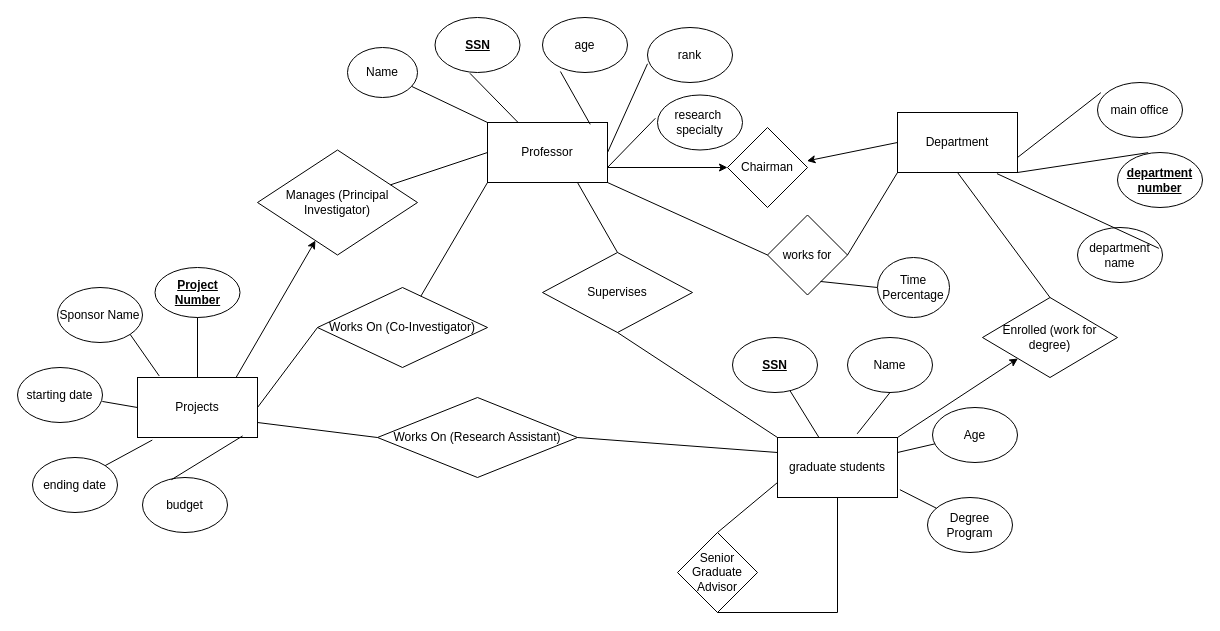
Earlier version of the draw.io diagram Homework 1 Problem 1.drawio (kenrickeagar/336). Source tidied: cells renumbered, new cells numbered last; positions are measured from the earlier drawing's top-left corner, leaving out a move shared by most shapes. Both pictures are drawn from the tidied source at 100%, with x=0, y=0 at pixel (17, 17).
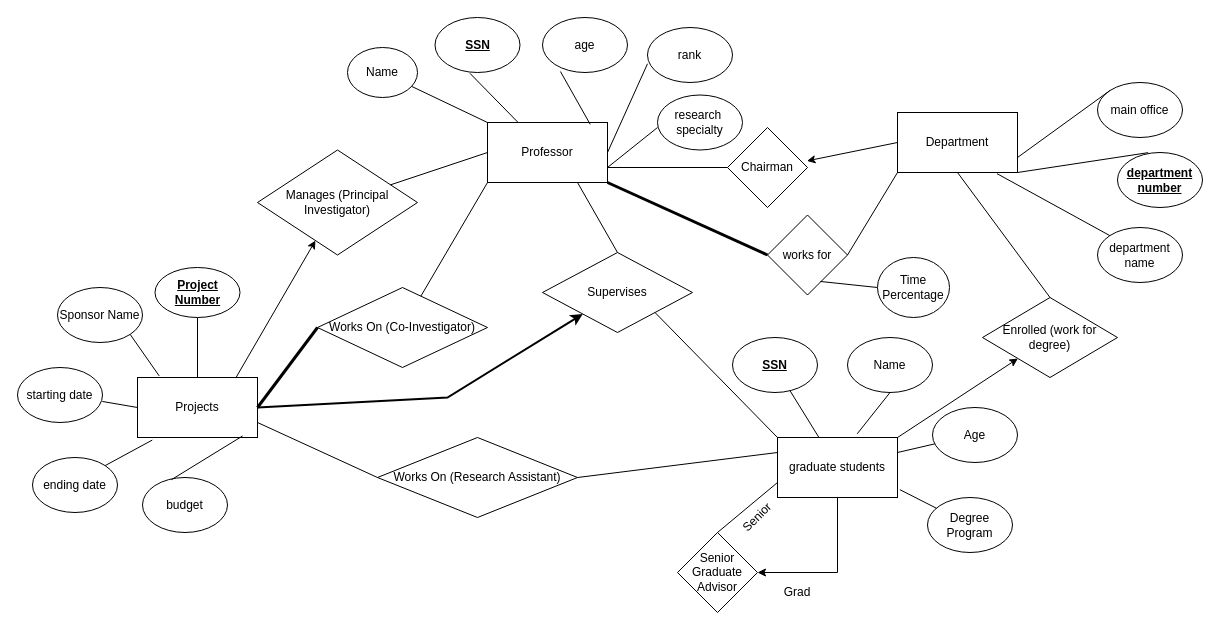
Above is the later version.

Unchanged cells that the change refers to:
```xml
<mxCell id="2" value="Professor" style="rounded=0;whiteSpace=wrap;html=1;" parent="1" vertex="1">
  <mxGeometry x="470" y="105" width="120" height="60" as="geometry" />
</mxCell>
<mxCell id="7" value="research&amp;nbsp;&lt;br&gt;specialty" style="ellipse;whiteSpace=wrap;html=1;" parent="1" vertex="1">
  <mxGeometry x="640" y="77.5" width="85" height="55" as="geometry" />
</mxCell>
<mxCell id="8" value="Projects" style="rounded=0;whiteSpace=wrap;html=1;" parent="1" vertex="1">
  <mxGeometry x="120" y="360" width="120" height="60" as="geometry" />
</mxCell>
<mxCell id="14" value="graduate students" style="rounded=0;whiteSpace=wrap;html=1;" parent="1" vertex="1">
  <mxGeometry x="760" y="420" width="120" height="60" as="geometry" />
</mxCell>
<mxCell id="19" value="Department" style="rounded=0;whiteSpace=wrap;html=1;" parent="1" vertex="1">
  <mxGeometry x="880" y="95" width="120" height="60" as="geometry" />
</mxCell>
<mxCell id="22" value="main office" style="ellipse;whiteSpace=wrap;html=1;" parent="1" vertex="1">
  <mxGeometry x="1080" y="65" width="85" height="55" as="geometry" />
</mxCell>
<mxCell id="43" value="Works On (Co-Investigator)" style="rhombus;whiteSpace=wrap;html=1;" parent="1" vertex="1">
  <mxGeometry x="300" y="270" width="170" height="80" as="geometry" />
</mxCell>
<mxCell id="49" value="Supervises" style="rhombus;whiteSpace=wrap;html=1;" parent="1" vertex="1">
  <mxGeometry x="525" y="235" width="150" height="80" as="geometry" />
</mxCell>
<mxCell id="52" value="works for" style="rhombus;whiteSpace=wrap;html=1;" parent="1" vertex="1">
  <mxGeometry x="750" y="197.5" width="80" height="80" as="geometry" />
</mxCell>
<mxCell id="60" value="Chairman" style="rhombus;whiteSpace=wrap;html=1;" parent="1" vertex="1">
  <mxGeometry x="710" y="110" width="80" height="80" as="geometry" />
</mxCell>
<mxCell id="63" value="Senior Graduate Advisor" style="rhombus;whiteSpace=wrap;html=1;" parent="1" vertex="1">
  <mxGeometry x="660" y="515" width="80" height="80" as="geometry" />
</mxCell>
```

Change to the diagram source:
```diff
@@
     <mxCell id="20" value="department name" style="ellipse;whiteSpace=wrap;html=1;" parent="1" vertex="1">
-      <mxGeometry x="1060" y="210" width="85" height="55" as="geometry" />
+      <mxGeometry x="1080" y="210" width="85" height="55" as="geometry" />
     </mxCell>
@@
-    <mxCell id="32" style="endArrow=none;html=1;rounded=0;entryX=-0.025;entryY=0.423;entryDx=0;entryDy=0;entryPerimeter=0;exitX=1;exitY=0.75;exitDx=0;exitDy=0;" parent="1" edge="1" source="2" target="7">
+    <mxCell id="32" style="endArrow=none;html=1;rounded=0;entryX=0;entryY=0.591;entryDx=0;entryDy=0;entryPerimeter=0;exitX=1;exitY=0.75;exitDx=0;exitDy=0;" parent="1" edge="1" source="2" target="7">
       <mxGeometry relative="1" as="geometry" />
     </mxCell>
@@
-    <mxCell id="37" style="endArrow=none;html=1;rounded=0;exitX=0.957;exitY=0.379;exitDx=0;exitDy=0;exitPerimeter=0;entryX=0.829;entryY=1.019;entryDx=0;entryDy=0;entryPerimeter=0;" parent="1" edge="1" source="20" target="19">
+    <mxCell id="37" style="endArrow=none;html=1;rounded=0;exitX=0;exitY=0;exitDx=0;exitDy=0;entryX=0.829;entryY=1.019;entryDx=0;entryDy=0;entryPerimeter=0;" parent="1" edge="1" source="20" target="19">
       <mxGeometry relative="1" as="geometry" />
     </mxCell>
@@
-    <mxCell id="39" style="endArrow=none;html=1;rounded=0;entryX=1;entryY=0.75;entryDx=0;entryDy=0;exitX=0.04;exitY=0.184;exitDx=0;exitDy=0;exitPerimeter=0;" parent="1" edge="1" source="22" target="19">
+    <mxCell id="39" style="endArrow=none;html=1;rounded=0;entryX=1;entryY=0.75;entryDx=0;entryDy=0;exitX=0;exitY=0;exitDx=0;exitDy=0;" parent="1" edge="1" source="22" target="19">
       <mxGeometry relative="1" as="geometry" />
     </mxCell>
@@
-    <mxCell id="44" style="endArrow=none;html=1;rounded=0;exitX=1;exitY=0.5;exitDx=0;exitDy=0;entryX=0;entryY=0.5;entryDx=0;entryDy=0;" parent="1" edge="1" source="8" target="43">
+    <mxCell id="44" style="endArrow=none;html=1;rounded=0;exitX=1;exitY=0.5;exitDx=0;exitDy=0;entryX=0;entryY=0.5;entryDx=0;entryDy=0;strokeWidth=3;" parent="1" edge="1" source="8" target="43">
       <mxGeometry relative="1" as="geometry" />
     </mxCell>
@@
     <mxCell id="46" value="Works On (Research Assistant)" style="rhombus;whiteSpace=wrap;html=1;" parent="1" vertex="1">
-      <mxGeometry x="360" y="380" width="200" height="80" as="geometry" />
+      <mxGeometry x="360" y="420" width="200" height="80" as="geometry" />
     </mxCell>
-    <mxCell id="47" style="endArrow=none;html=1;rounded=0;exitX=1;exitY=0.75;exitDx=0;exitDy=0;entryX=0;entryY=0.5;entryDx=0;entryDy=0;" parent="1" edge="1" source="8" target="46">
+    <mxCell id="47" style="endArrow=none;html=1;rounded=0;exitX=1;exitY=0.75;exitDx=0;exitDy=0;entryX=0;entryY=0.5;entryDx=0;entryDy=0;strokeWidth=1;" parent="1" edge="1" source="8" target="46">
       <mxGeometry relative="1" as="geometry" />
     </mxCell>
@@
-    <mxCell id="51" style="endArrow=none;html=1;rounded=0;entryX=0.5;entryY=1;entryDx=0;entryDy=0;exitX=0;exitY=0;exitDx=0;exitDy=0;" parent="1" edge="1" source="14" target="49">
-      <mxGeometry relative="1" as="geometry" />
-    </mxCell>
@@
-    <mxCell id="53" style="endArrow=none;html=1;rounded=0;exitX=1;exitY=1;exitDx=0;exitDy=0;entryX=0;entryY=0.5;entryDx=0;entryDy=0;" parent="1" edge="1" source="2" target="52">
+    <mxCell id="53" style="endArrow=none;html=1;rounded=0;exitX=1;exitY=1;exitDx=0;exitDy=0;entryX=0;entryY=0.5;entryDx=0;entryDy=0;strokeWidth=3;" parent="1" edge="1" source="2" target="52">
       <mxGeometry relative="1" as="geometry" />
     </mxCell>
@@
-    <mxCell id="61" style="endArrow=classic;html=1;rounded=0;exitX=1;exitY=0.75;exitDx=0;exitDy=0;entryX=0;entryY=0.5;entryDx=0;entryDy=0;" parent="1" edge="1" source="2" target="60">
-      <mxGeometry relative="1" as="geometry" />
-    </mxCell>
@@
-    <mxCell id="65" style="endArrow=none;html=1;rounded=0;exitX=0.5;exitY=1;exitDx=0;exitDy=0;entryX=0.5;entryY=1;entryDx=0;entryDy=0;" parent="1" edge="1" source="63" target="14">
-      <mxGeometry relative="1" as="geometry">
-        <Array as="points">
-          <mxPoint x="820" y="595" />
-        </Array>
-      </mxGeometry>
-    </mxCell>
+    <mxCell id="66" style="endArrow=classic;html=1;rounded=0;exitX=0.5;exitY=1;exitDx=0;exitDy=0;entryX=1;entryY=0.5;entryDx=0;entryDy=0;" parent="1" edge="1" source="14" target="63">
+      <mxGeometry relative="1" as="geometry">
+        <Array as="points">
+          <mxPoint x="820" y="555" />
+        </Array>
+      </mxGeometry>
+    </mxCell>
+    <mxCell id="67" value="Senior" style="text;html=1;strokeColor=none;fillColor=none;align=center;verticalAlign=middle;whiteSpace=wrap;rounded=0;rotation=-45;" parent="1" vertex="1">
+      <mxGeometry x="710" y="485" width="60" height="30" as="geometry" />
+    </mxCell>
+    <mxCell id="68" value="Grad" style="text;html=1;strokeColor=none;fillColor=none;align=center;verticalAlign=middle;whiteSpace=wrap;rounded=0;rotation=0;" parent="1" vertex="1">
+      <mxGeometry x="750" y="560" width="60" height="30" as="geometry" />
+    </mxCell>
+    <mxCell id="61" style="endArrow=none;html=1;rounded=0;exitX=1;exitY=0.75;exitDx=0;exitDy=0;entryX=0;entryY=0.5;entryDx=0;entryDy=0;" parent="1" edge="1" source="2" target="60">
+      <mxGeometry relative="1" as="geometry" />
+    </mxCell>
+    <mxCell id="51" style="endArrow=none;html=1;rounded=0;entryX=1;entryY=1;entryDx=0;entryDy=0;exitX=0;exitY=0;exitDx=0;exitDy=0;" parent="1" edge="1" source="14" target="49">
+      <mxGeometry relative="1" as="geometry" />
+    </mxCell>
+    <mxCell id="69" style="endArrow=classic;html=1;rounded=0;exitX=1;exitY=0.5;exitDx=0;exitDy=0;strokeWidth=2;" parent="1" edge="1" source="8" target="49">
+      <mxGeometry relative="1" as="geometry">
+        <Array as="points">
+          <mxPoint x="430" y="380" />
+        </Array>
+      </mxGeometry>
+    </mxCell>
```
